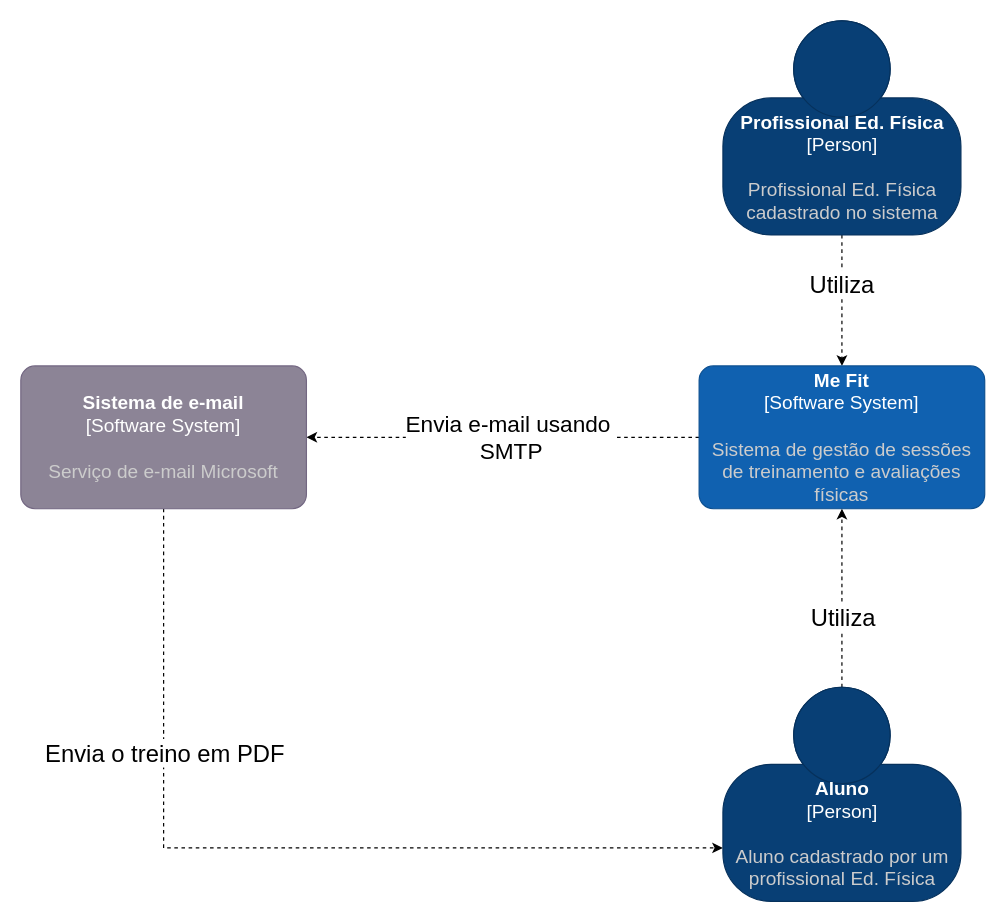
Before: page "Context" (1 of 4) of docs/diagramas.drawio in carloshsjbv/pucminas, a draw.io diagram. Source tidied: cells renumbered, new cells numbered last; positions are measured from the earlier drawing's top-left corner, leaving out a move shared by most shapes. Both pictures are drawn from the tidied source at 119%, with x=0, y=0 at pixel (20, 20).
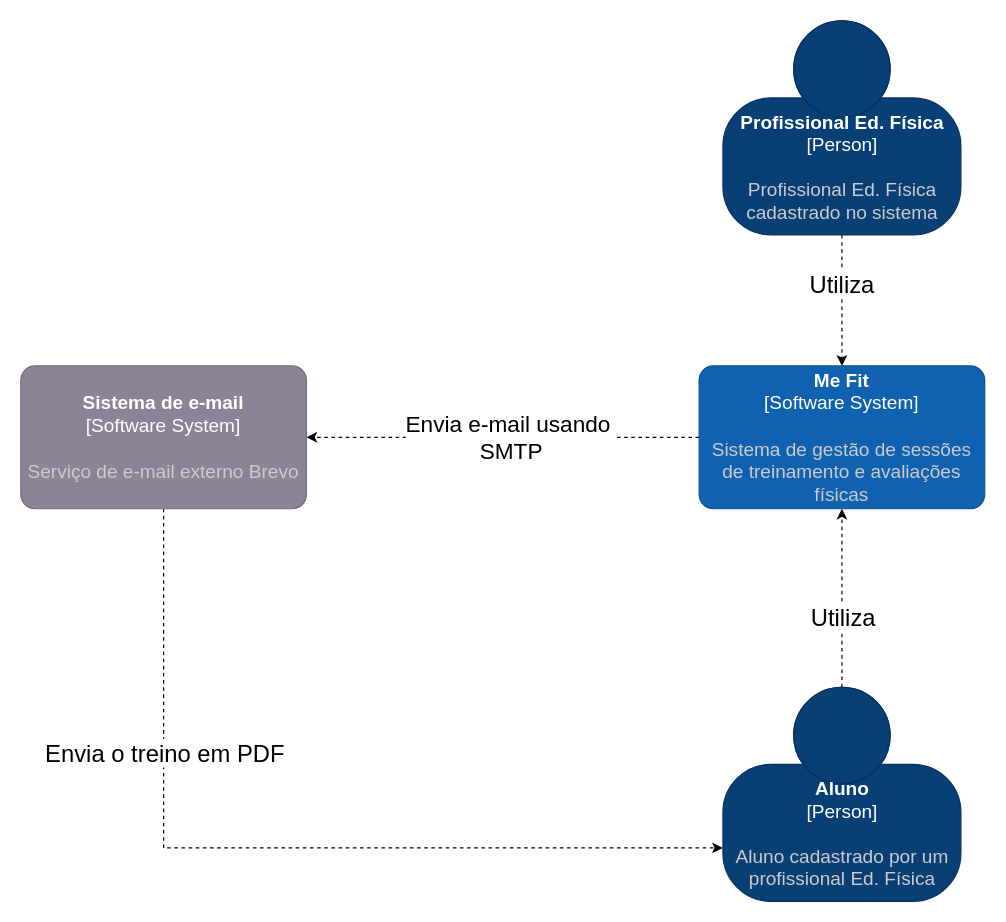
The same diagram, later.

The edit, as a diff of the source:
```diff
@@
 <mxGraphModel>
   <root>
     <mxCell id="0" />
     <mxCell id="1" parent="0" />
     <mxCell id="2" style="edgeStyle=orthogonalEdgeStyle;rounded=0;jettySize=auto;html=1;entryX=0.5;entryY=0;entryDx=0;entryDy=0;entryPerimeter=0;dashed=1;" parent="1" edge="1" source="4" target="7">
       <mxGeometry relative="1" as="geometry" />
     </mxCell>
     <mxCell id="3" value="&lt;font style=&quot;font-size: 20px; background-color: rgb(255, 255, 255);&quot;&gt;Utiliza&lt;/font&gt;" style="edgeLabel;html=1;align=center;verticalAlign=middle;fontSize=20;" parent="2" vertex="1">
       <mxGeometry x="-0.28" y="-1" relative="1" as="geometry" />
     </mxCell>
     <object id="4" label="&lt;font style=&quot;font-size: 16px;&quot;&gt;&lt;b style=&quot;font-size: 16px;&quot;&gt;%c4Name%&lt;/b&gt;&lt;/font&gt;&lt;div style=&quot;font-size: 16px;&quot;&gt;[%c4Type%]&lt;/div&gt;&lt;br style=&quot;font-size: 16px;&quot;&gt;&lt;div style=&quot;font-size: 16px;&quot;&gt;&lt;font style=&quot;font-size: 16px;&quot;&gt;&lt;font color=&quot;#cccccc&quot; style=&quot;font-size: 16px;&quot;&gt;%c4Description%&lt;/font&gt;&lt;/font&gt;&lt;/div&gt;" c4Description="Profissional Ed. Física &#10;cadastrado no sistema" c4Name="Profissional Ed. Física" c4Type="Person" placeholders="1">
       <mxCell style="html=1;fontSize=16;dashed=0;whitespace=wrap;fillColor=#083F75;strokeColor=#06315C;fontColor=#ffffff;shape=mxgraph.c4.person2;align=center;points=[[0.5,0,0],[1,0.5,0],[1,0.75,0],[0.75,1,0],[0.5,1,0],[0.25,1,0],[0,0.75,0],[0,0.5,0]];" parent="1" vertex="1">
         <mxGeometry x="590" width="200" height="180" as="geometry" />
       </mxCell>
     </object>
     <mxCell id="5" style="edgeStyle=orthogonalEdgeStyle;rounded=0;jettySize=auto;html=1;entryX=1;entryY=0.5;entryDx=0;entryDy=0;entryPerimeter=0;dashed=1;" parent="1" edge="1" source="7" target="10">
       <mxGeometry relative="1" as="geometry" />
     </mxCell>
     <mxCell id="6" value="Envia e-mail usando&amp;nbsp;&lt;br style=&quot;font-size: 19px;&quot;&gt;SMTP" style="edgeLabel;html=1;align=center;verticalAlign=middle;fontSize=19;" parent="5" vertex="1">
       <mxGeometry x="0.15" y="-3" relative="1" as="geometry">
         <mxPoint x="31" y="3" as="offset" />
       </mxGeometry>
     </mxCell>
     <object id="7" label="&lt;font style=&quot;font-size: 16px;&quot;&gt;&lt;b style=&quot;font-size: 16px;&quot;&gt;%c4Name%&lt;/b&gt;&lt;/font&gt;&lt;div style=&quot;font-size: 16px;&quot;&gt;[%c4Type%]&lt;/div&gt;&lt;br style=&quot;font-size: 16px;&quot;&gt;&lt;div style=&quot;font-size: 16px;&quot;&gt;&lt;font style=&quot;font-size: 16px;&quot;&gt;&lt;font color=&quot;#cccccc&quot; style=&quot;font-size: 16px;&quot;&gt;%c4Description%&lt;/font&gt;&lt;/font&gt;&lt;/div&gt;" c4Description="Sistema de gestão de sessões de treinamento e avaliações físicas" c4Name="Me Fit" c4Type="Software System" placeholders="1">
       <mxCell style="rounded=1;whiteSpace=wrap;html=1;labelBackgroundColor=none;fillColor=#1061B0;fontColor=#ffffff;align=center;arcSize=10;strokeColor=#0D5091;points=[[0.25,0,0],[0.5,0,0],[0.75,0,0],[1,0.25,0],[1,0.5,0],[1,0.75,0],[0.75,1,0],[0.5,1,0],[0.25,1,0],[0,0.75,0],[0,0.5,0],[0,0.25,0]];fontSize=16;" parent="1" vertex="1">
         <mxGeometry x="570" y="290" width="240" height="120" as="geometry" />
       </mxCell>
     </object>
     <mxCell id="8" style="edgeStyle=orthogonalEdgeStyle;rounded=0;jettySize=auto;html=1;entryX=0;entryY=0.75;entryDx=0;entryDy=0;entryPerimeter=0;dashed=1;exitX=0.5;exitY=1;exitDx=0;exitDy=0;exitPerimeter=0;" parent="1" edge="1" source="10" target="13">
       <mxGeometry relative="1" as="geometry" />
     </mxCell>
     <mxCell id="9" value="Envia o treino em PDF" style="edgeLabel;html=1;align=center;verticalAlign=middle;fontSize=20;" parent="8" vertex="1">
       <mxGeometry x="-0.47" y="1" relative="1" as="geometry">
         <mxPoint x="-1" y="4" as="offset" />
       </mxGeometry>
     </mxCell>
-    <object id="10" label="&lt;font style=&quot;font-size: 16px;&quot;&gt;&lt;b style=&quot;font-size: 16px;&quot;&gt;%c4Name%&lt;/b&gt;&lt;/font&gt;&lt;div style=&quot;font-size: 16px;&quot;&gt;[%c4Type%]&lt;/div&gt;&lt;br style=&quot;font-size: 16px;&quot;&gt;&lt;div style=&quot;font-size: 16px;&quot;&gt;&lt;font style=&quot;font-size: 16px;&quot;&gt;&lt;font color=&quot;#cccccc&quot; style=&quot;font-size: 16px;&quot;&gt;%c4Description%&lt;/font&gt;&lt;/font&gt;&lt;/div&gt;" c4Description="Serviço de e-mail Microsoft" c4Name="Sistema de e-mail" c4Type="Software System" placeholders="1">
+    <object id="10" label="&lt;font style=&quot;font-size: 16px;&quot;&gt;&lt;b style=&quot;font-size: 16px;&quot;&gt;%c4Name%&lt;/b&gt;&lt;/font&gt;&lt;div style=&quot;font-size: 16px;&quot;&gt;[%c4Type%]&lt;/div&gt;&lt;br style=&quot;font-size: 16px;&quot;&gt;&lt;div style=&quot;font-size: 16px;&quot;&gt;&lt;font style=&quot;font-size: 16px;&quot;&gt;&lt;font color=&quot;#cccccc&quot; style=&quot;font-size: 16px;&quot;&gt;%c4Description%&lt;/font&gt;&lt;/font&gt;&lt;/div&gt;" c4Description="Serviço de e-mail externo Brevo" c4Name="Sistema de e-mail" c4Type="Software System" placeholders="1">
       <mxCell style="rounded=1;whiteSpace=wrap;html=1;labelBackgroundColor=none;fillColor=#8C8496;fontColor=#ffffff;align=center;arcSize=10;strokeColor=#736782;points=[[0.25,0,0],[0.5,0,0],[0.75,0,0],[1,0.25,0],[1,0.5,0],[1,0.75,0],[0.75,1,0],[0.5,1,0],[0.25,1,0],[0,0.75,0],[0,0.5,0],[0,0.25,0]];fontSize=16;" parent="1" vertex="1">
         <mxGeometry y="290" width="240" height="120" as="geometry" />
       </mxCell>
     </object>
     <mxCell id="11" style="edgeStyle=orthogonalEdgeStyle;rounded=0;jettySize=auto;html=1;entryX=0.5;entryY=1;entryDx=0;entryDy=0;entryPerimeter=0;dashed=1;fontSize=15;" parent="1" edge="1" source="13" target="7">
       <mxGeometry relative="1" as="geometry" />
     </mxCell>
     <mxCell id="12" value="Utiliza" style="edgeLabel;html=1;align=center;verticalAlign=middle;fontSize=20;" parent="11" vertex="1">
       <mxGeometry x="0.23" y="2" relative="1" as="geometry">
         <mxPoint x="2" y="32" as="offset" />
       </mxGeometry>
     </mxCell>
     <object id="13" label="&lt;font style=&quot;font-size: 16px;&quot;&gt;&lt;b style=&quot;font-size: 16px;&quot;&gt;%c4Name%&lt;/b&gt;&lt;/font&gt;&lt;div style=&quot;font-size: 16px;&quot;&gt;[%c4Type%]&lt;/div&gt;&lt;br style=&quot;font-size: 16px;&quot;&gt;&lt;div style=&quot;font-size: 16px;&quot;&gt;&lt;font style=&quot;font-size: 16px;&quot;&gt;&lt;font color=&quot;#cccccc&quot; style=&quot;font-size: 16px;&quot;&gt;%c4Description%&lt;/font&gt;&lt;/font&gt;&lt;/div&gt;" c4Description="Aluno cadastrado por um &#10;profissional Ed. Física" c4Name="Aluno" c4Type="Person" placeholders="1">
       <mxCell style="html=1;fontSize=16;dashed=0;whitespace=wrap;fillColor=#083F75;strokeColor=#06315C;fontColor=#ffffff;shape=mxgraph.c4.person2;align=center;points=[[0.5,0,0],[1,0.5,0],[1,0.75,0],[0.75,1,0],[0.5,1,0],[0.25,1,0],[0,0.75,0],[0,0.5,0]];" parent="1" vertex="1">
         <mxGeometry x="590" y="560" width="200" height="180" as="geometry" />
       </mxCell>
     </object>
   </root>
 </mxGraphModel>
```
